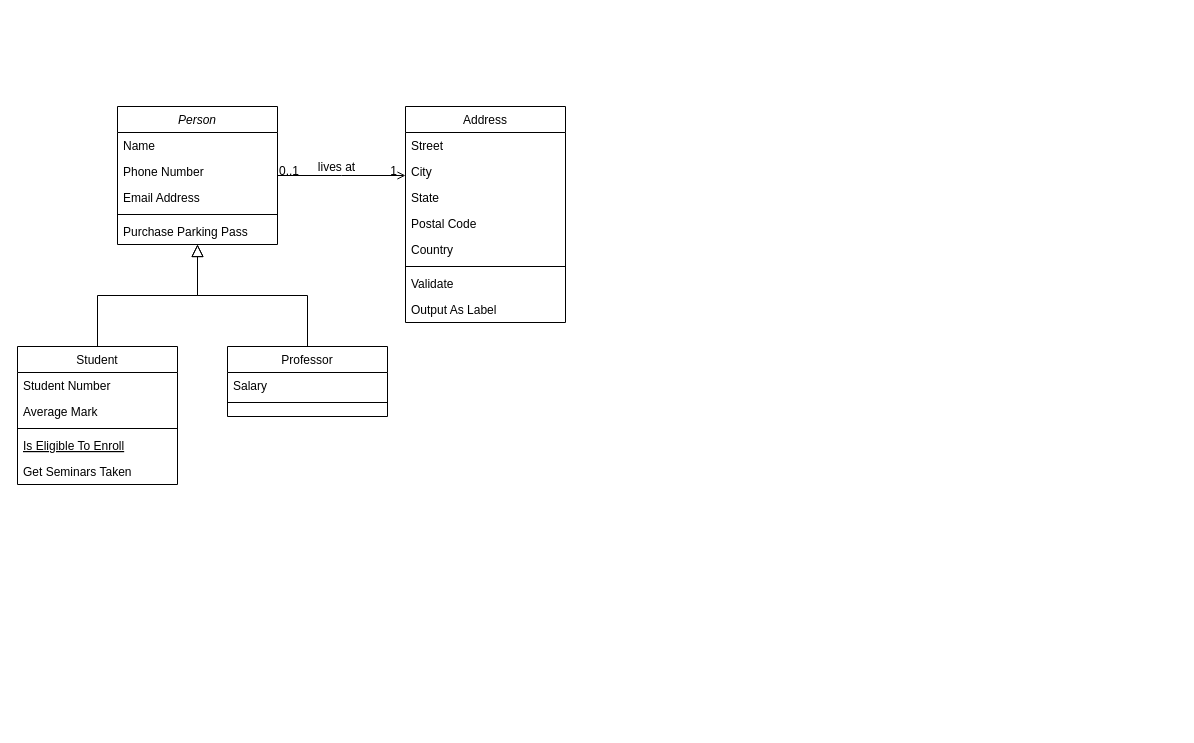
Earlier version of the draw.io diagram database.drawio (CAPSTONE-CH2-PS008/Database). Source tidied: cells renumbered, new cells numbered last; positions are measured from the earlier drawing's top-left corner, leaving out a move shared by most shapes. Both pictures are drawn from the tidied source at 100%, with x=0, y=0 at pixel (17, 106).
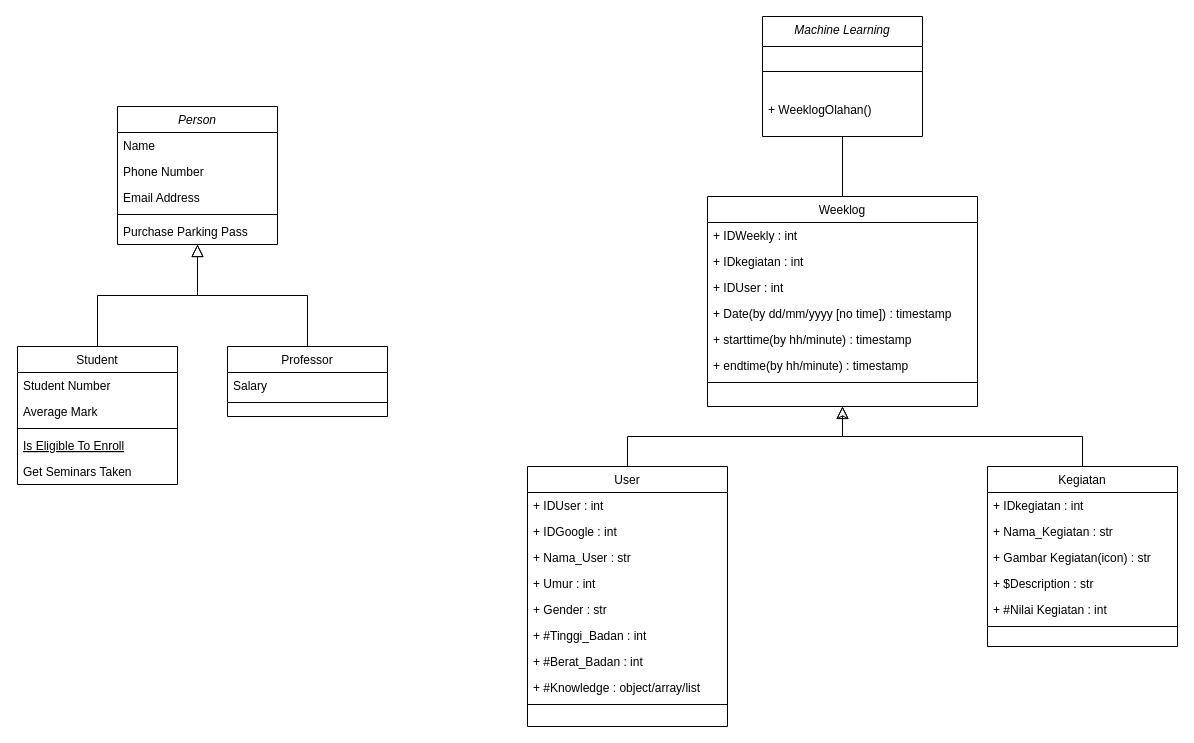
After the change.

The change refers to these unchanged cells:
```xml
<mxCell id="2" value="Person" style="swimlane;fontStyle=2;align=center;verticalAlign=top;horizontal=1;startSize=26;rounded=0;shadow=0;strokeWidth=1;" parent="1" vertex="1">
  <mxGeometry x="100" width="160" height="138" as="geometry" />
</mxCell>
```

Change to the diagram source:
```diff
@@
+    <mxCell id="32" style="edgeStyle=orthogonalEdgeStyle;rounded=0;jettySize=auto;html=1;exitX=0.5;exitY=0;exitDx=0;exitDy=0;endArrow=classic;endFill=0;endSize=10;entryX=0.5;entryY=1;entryDx=0;entryDy=0;" parent="1" edge="1" source="19" target="45">
+      <mxGeometry relative="1" as="geometry" />
+    </mxCell>
-    <mxCell id="19" value="Address" style="swimlane;fontStyle=0;align=center;verticalAlign=top;horizontal=1;startSize=26;rounded=0;shadow=0;strokeWidth=1;" parent="1" vertex="1">
-      <mxGeometry x="388" width="160" height="216" as="geometry" />
+    <mxCell id="19" value="Kegiatan" style="swimlane;fontStyle=0;align=center;verticalAlign=top;horizontal=1;startSize=26;rounded=0;shadow=0;strokeWidth=1;" parent="1" vertex="1">
+      <mxGeometry x="970" y="360" width="190" height="180" as="geometry" />
     </mxCell>
-    <mxCell id="20" value="Street" style="text;align=left;verticalAlign=top;spacingLeft=4;spacingRight=4;overflow=hidden;" parent="19" vertex="1">
-      <mxGeometry y="26" width="160" height="26" as="geometry" />
+    <mxCell id="20" value="+ IDkegiatan : int" style="text;align=left;verticalAlign=top;spacingLeft=4;spacingRight=4;overflow=hidden;" parent="19" vertex="1">
+      <mxGeometry y="26" width="190" height="26" as="geometry" />
     </mxCell>
-    <mxCell id="21" value="City" style="text;align=left;verticalAlign=top;spacingLeft=4;spacingRight=4;overflow=hidden;rounded=0;shadow=0;html=0;" parent="19" vertex="1">
-      <mxGeometry y="52" width="160" height="26" as="geometry" />
+    <mxCell id="21" value="+ Nama_Kegiatan : str" style="text;align=left;verticalAlign=top;spacingLeft=4;spacingRight=4;overflow=hidden;rounded=0;shadow=0;html=0;" parent="19" vertex="1">
+      <mxGeometry y="52" width="190" height="26" as="geometry" />
     </mxCell>
-    <mxCell id="22" value="State" style="text;align=left;verticalAlign=top;spacingLeft=4;spacingRight=4;overflow=hidden;rounded=0;shadow=0;html=0;" parent="19" vertex="1">
-      <mxGeometry y="78" width="160" height="26" as="geometry" />
+    <mxCell id="22" value="+ Gambar Kegiatan(icon) : str" style="text;align=left;verticalAlign=top;spacingLeft=4;spacingRight=4;overflow=hidden;rounded=0;shadow=0;html=0;" parent="19" vertex="1">
+      <mxGeometry y="78" width="190" height="26" as="geometry" />
     </mxCell>
+    <mxCell id="24" value="+ $Description : str" style="text;align=left;verticalAlign=top;spacingLeft=4;spacingRight=4;overflow=hidden;rounded=0;shadow=0;html=0;" parent="19" vertex="1">
+      <mxGeometry y="104" width="190" height="26" as="geometry" />
+    </mxCell>
-    <mxCell id="23" value="Postal Code" style="text;align=left;verticalAlign=top;spacingLeft=4;spacingRight=4;overflow=hidden;rounded=0;shadow=0;html=0;" parent="19" vertex="1">
-      <mxGeometry y="104" width="160" height="26" as="geometry" />
+    <mxCell id="23" value="+ #Nilai Kegiatan : int" style="text;align=left;verticalAlign=top;spacingLeft=4;spacingRight=4;overflow=hidden;rounded=0;shadow=0;html=0;" parent="19" vertex="1">
+      <mxGeometry y="130" width="190" height="26" as="geometry" />
     </mxCell>
-    <mxCell id="24" value="Country" style="text;align=left;verticalAlign=top;spacingLeft=4;spacingRight=4;overflow=hidden;rounded=0;shadow=0;html=0;" parent="19" vertex="1">
-      <mxGeometry y="130" width="160" height="26" as="geometry" />
-    </mxCell>
     <mxCell id="25" style="line;html=1;strokeWidth=1;align=left;verticalAlign=middle;spacingTop=-1;spacingLeft=3;spacingRight=3;labelPosition=right;" parent="19" vertex="1">
-      <mxGeometry y="156" width="160" height="8" as="geometry" />
+      <mxGeometry y="156" width="190" height="8" as="geometry" />
     </mxCell>
-    <mxCell id="26" value="Validate" style="text;align=left;verticalAlign=top;spacingLeft=4;spacingRight=4;overflow=hidden;" parent="19" vertex="1">
-      <mxGeometry y="164" width="160" height="26" as="geometry" />
-    </mxCell>
-    <mxCell id="27" value="Output As Label" style="text;align=left;verticalAlign=top;spacingLeft=4;spacingRight=4;overflow=hidden;" parent="19" vertex="1">
-      <mxGeometry y="190" width="160" height="26" as="geometry" />
-    </mxCell>
-    <mxCell id="28" style="endArrow=open;shadow=0;strokeWidth=1;rounded=0;endFill=1;edgeStyle=elbowEdgeStyle;elbow=vertical;" parent="1" edge="1" source="2" target="19">
-      <mxGeometry x="0.5" y="41" relative="1" as="geometry">
-        <mxPoint x="-40" y="32" as="offset" />
-      </mxGeometry>
-    </mxCell>
-    <mxCell id="29" value="0..1" style="align=left;verticalAlign=bottom;labelBackgroundColor=none;fontSize=12;" parent="28" vertex="1">
-      <mxGeometry x="-1" relative="1" as="geometry">
-        <mxPoint y="4" as="offset" />
-      </mxGeometry>
-    </mxCell>
-    <mxCell id="30" value="1" style="align=right;verticalAlign=bottom;labelBackgroundColor=none;fontSize=12;" parent="28" vertex="1">
-      <mxGeometry x="1" relative="1" as="geometry">
-        <mxPoint x="-7" y="4" as="offset" />
-      </mxGeometry>
-    </mxCell>
-    <mxCell id="31" value="lives at" style="text;html=1;align=center;verticalAlign=middle;labelBackgroundColor=none;rounded=0;shadow=0;strokeWidth=1;fontSize=12;" parent="28" vertex="1">
-      <mxGeometry x="0.5" y="49" relative="1" as="geometry">
-        <mxPoint x="-38" y="40" as="offset" />
-      </mxGeometry>
-    </mxCell>
+    <mxCell id="33" style="edgeStyle=orthogonalEdgeStyle;rounded=0;jettySize=auto;html=1;exitX=0.5;exitY=0;exitDx=0;exitDy=0;entryX=0.5;entryY=1;entryDx=0;entryDy=0;endArrow=block;endFill=0;endSize=10;" parent="1" edge="1" source="34" target="45">
+      <mxGeometry relative="1" as="geometry" />
+    </mxCell>
+    <mxCell id="34" value="User" style="swimlane;fontStyle=0;align=center;verticalAlign=top;horizontal=1;startSize=26;rounded=0;shadow=0;strokeWidth=1;" parent="1" vertex="1">
+      <mxGeometry x="510" y="360" width="200" height="260" as="geometry" />
+    </mxCell>
+    <mxCell id="35" value="+ IDUser : int" style="text;align=left;verticalAlign=top;spacingLeft=4;spacingRight=4;overflow=hidden;" parent="34" vertex="1">
+      <mxGeometry y="26" width="200" height="26" as="geometry" />
+    </mxCell>
+    <mxCell id="36" value="+ IDGoogle : int" style="text;align=left;verticalAlign=top;spacingLeft=4;spacingRight=4;overflow=hidden;rounded=0;shadow=0;html=0;" parent="34" vertex="1">
+      <mxGeometry y="52" width="200" height="26" as="geometry" />
+    </mxCell>
+    <mxCell id="37" value="+ Nama_User : str" style="text;align=left;verticalAlign=top;spacingLeft=4;spacingRight=4;overflow=hidden;rounded=0;shadow=0;html=0;" parent="34" vertex="1">
+      <mxGeometry y="78" width="200" height="26" as="geometry" />
+    </mxCell>
+    <mxCell id="38" value="+ Umur : int" style="text;align=left;verticalAlign=top;spacingLeft=4;spacingRight=4;overflow=hidden;rounded=0;shadow=0;html=0;" parent="34" vertex="1">
+      <mxGeometry y="104" width="200" height="26" as="geometry" />
+    </mxCell>
+    <mxCell id="39" value="+ Gender : str" style="text;align=left;verticalAlign=top;spacingLeft=4;spacingRight=4;overflow=hidden;rounded=0;shadow=0;html=0;" parent="34" vertex="1">
+      <mxGeometry y="130" width="200" height="26" as="geometry" />
+    </mxCell>
+    <mxCell id="40" value="+ #Tinggi_Badan : int" style="text;align=left;verticalAlign=top;spacingLeft=4;spacingRight=4;overflow=hidden;rounded=0;shadow=0;html=0;" parent="34" vertex="1">
+      <mxGeometry y="156" width="200" height="26" as="geometry" />
+    </mxCell>
+    <mxCell id="41" value="+ #Berat_Badan : int" style="text;align=left;verticalAlign=top;spacingLeft=4;spacingRight=4;overflow=hidden;rounded=0;shadow=0;html=0;" parent="34" vertex="1">
+      <mxGeometry y="182" width="200" height="26" as="geometry" />
+    </mxCell>
+    <mxCell id="42" value="+ #Knowledge : object/array/list" style="text;align=left;verticalAlign=top;spacingLeft=4;spacingRight=4;overflow=hidden;rounded=0;shadow=0;html=0;" parent="34" vertex="1">
+      <mxGeometry y="208" width="200" height="26" as="geometry" />
+    </mxCell>
+    <mxCell id="43" style="line;html=1;strokeWidth=1;align=left;verticalAlign=middle;spacingTop=-1;spacingLeft=3;spacingRight=3;labelPosition=right;" parent="34" vertex="1">
+      <mxGeometry y="234" width="200" height="8" as="geometry" />
+    </mxCell>
+    <mxCell id="44" style="edgeStyle=orthogonalEdgeStyle;rounded=0;jettySize=auto;html=1;exitX=0.5;exitY=0;exitDx=0;exitDy=0;entryX=0.5;entryY=1;entryDx=0;entryDy=0;strokeColor=none;" parent="1" edge="1" source="45" target="53">
+      <mxGeometry relative="1" as="geometry" />
+    </mxCell>
+    <mxCell id="45" value="Weeklog" style="swimlane;fontStyle=0;align=center;verticalAlign=top;horizontal=1;startSize=26;rounded=0;shadow=0;strokeWidth=1;" parent="1" vertex="1">
+      <mxGeometry x="690" y="90" width="270" height="210" as="geometry" />
+    </mxCell>
+    <mxCell id="46" value="+ IDWeekly : int" style="text;align=left;verticalAlign=top;spacingLeft=4;spacingRight=4;overflow=hidden;rounded=0;shadow=0;html=0;" parent="45" vertex="1">
+      <mxGeometry y="26" width="270" height="26" as="geometry" />
+    </mxCell>
+    <mxCell id="47" value="+ IDkegiatan : int" style="text;align=left;verticalAlign=top;spacingLeft=4;spacingRight=4;overflow=hidden;" parent="45" vertex="1">
+      <mxGeometry y="52" width="270" height="26" as="geometry" />
+    </mxCell>
+    <mxCell id="48" value="+ IDUser : int" style="text;align=left;verticalAlign=top;spacingLeft=4;spacingRight=4;overflow=hidden;rounded=0;shadow=0;html=0;" parent="45" vertex="1">
+      <mxGeometry y="78" width="270" height="26" as="geometry" />
+    </mxCell>
+    <mxCell id="49" value="+ Date(by dd/mm/yyyy [no time]) : timestamp" style="text;align=left;verticalAlign=top;spacingLeft=4;spacingRight=4;overflow=hidden;rounded=0;shadow=0;html=0;" parent="45" vertex="1">
+      <mxGeometry y="104" width="270" height="26" as="geometry" />
+    </mxCell>
+    <mxCell id="50" value="+ starttime(by hh/minute) : timestamp" style="text;align=left;verticalAlign=top;spacingLeft=4;spacingRight=4;overflow=hidden;rounded=0;shadow=0;html=0;" parent="45" vertex="1">
+      <mxGeometry y="130" width="270" height="26" as="geometry" />
+    </mxCell>
+    <mxCell id="51" value="+ endtime(by hh/minute) : timestamp" style="text;align=left;verticalAlign=top;spacingLeft=4;spacingRight=4;overflow=hidden;rounded=0;shadow=0;html=0;" parent="45" vertex="1">
+      <mxGeometry y="156" width="270" height="26" as="geometry" />
+    </mxCell>
+    <mxCell id="52" style="line;html=1;strokeWidth=1;align=left;verticalAlign=middle;spacingTop=-1;spacingLeft=3;spacingRight=3;labelPosition=right;" parent="45" vertex="1">
+      <mxGeometry y="182" width="270" height="8" as="geometry" />
+    </mxCell>
+    <mxCell id="53" value="Machine Learning" style="swimlane;fontStyle=2;align=center;verticalAlign=top;horizontal=1;startSize=30;rounded=0;shadow=0;strokeWidth=1;" parent="1" vertex="1">
+      <mxGeometry x="745" y="-90" width="160" height="120" as="geometry" />
+    </mxCell>
+    <mxCell id="54" style="line;html=1;strokeWidth=1;align=left;verticalAlign=middle;spacingTop=-1;spacingLeft=3;spacingRight=3;labelPosition=right;" parent="53" vertex="1">
+      <mxGeometry y="30" width="160" height="50" as="geometry" />
+    </mxCell>
+    <mxCell id="55" value="+ WeeklogOlahan()" style="text;align=left;verticalAlign=top;spacingLeft=4;spacingRight=4;overflow=hidden;" parent="53" vertex="1">
+      <mxGeometry y="80" width="160" height="20" as="geometry" />
+    </mxCell>
+    <mxCell id="56" style="endArrow=none;html=1;rounded=0;entryX=0.5;entryY=1;entryDx=0;entryDy=0;exitX=0.5;exitY=0;exitDx=0;exitDy=0;" parent="1" edge="1" source="45" target="53">
+      <mxGeometry relative="1" as="geometry" />
+    </mxCell>
```
